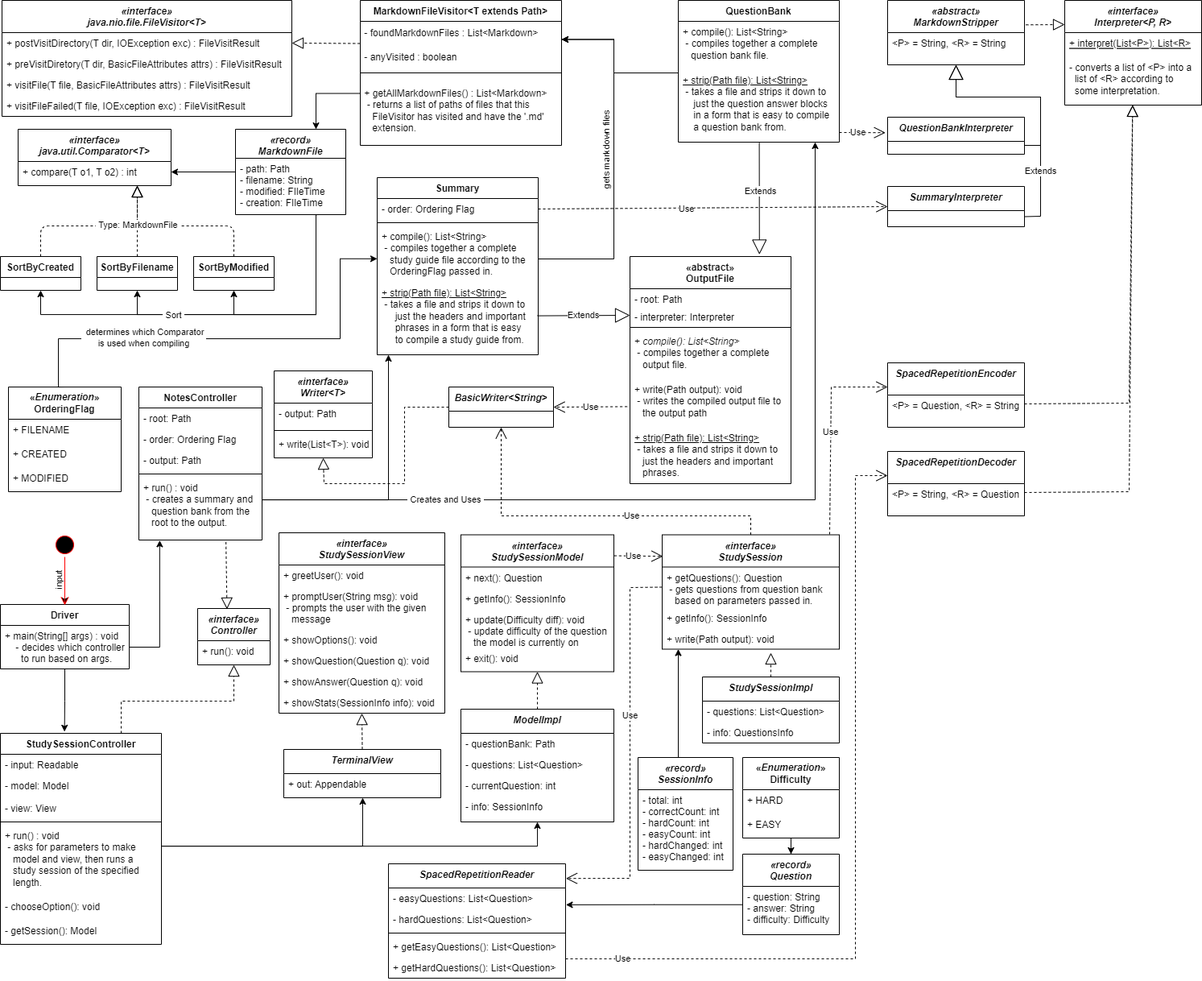
The draw.io diagram PA1UML.drawio.png in nifvimp/markdown-summary, before a commit. Source tidied: cells renumbered, new cells last; positions are measured from the earlier drawing's top-left corner, leaving out a move shared by most shapes.
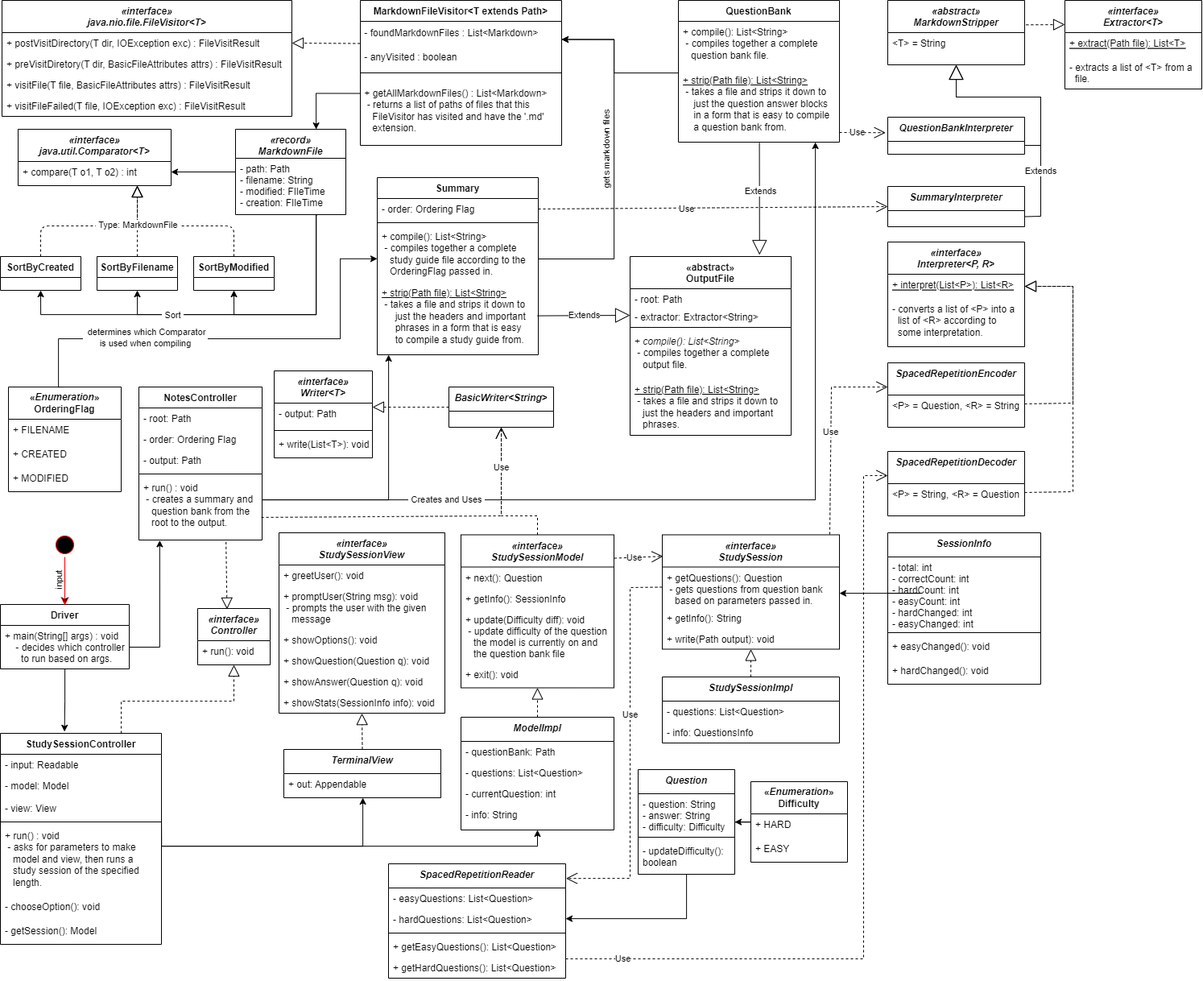
Above is the later version.

Change to the diagram source:
```diff
@@ -273,3 +273,3 @@
     <mxCell id="65" value="«abstract»&lt;br&gt;OutputFile" style="swimlane;fontStyle=1;align=center;verticalAlign=top;horizontal=1;startSize=40;whiteSpace=wrap;html=1;" parent="1" vertex="1">
-      <mxGeometry x="782" y="318" width="200" height="282" as="geometry" />
+      <mxGeometry x="782" y="318" width="200" height="222" as="geometry" />
     </mxCell>
@@ -278,3 +278,3 @@
     </mxCell>
-    <mxCell id="67" value="- interpreter: Interpreter" style="text;strokeColor=none;fillColor=none;align=left;verticalAlign=top;spacingLeft=4;spacingRight=4;overflow=hidden;points=[[0,0.5],[1,0.5]];portConstraint=eastwest;whiteSpace=wrap;html=1;" parent="65" vertex="1">
+    <mxCell id="67" value="- extractor: Extractor&amp;lt;String&amp;gt;" style="text;strokeColor=none;fillColor=none;align=left;verticalAlign=top;spacingLeft=4;spacingRight=4;overflow=hidden;points=[[0,0.5],[1,0.5]];portConstraint=eastwest;whiteSpace=wrap;html=1;" parent="65" vertex="1">
       <mxGeometry y="62" width="200" height="22" as="geometry" />
@@ -287,30 +287,39 @@
     </mxCell>
-    <mxCell id="70" value="+ write(Path output): void&lt;br&gt;&amp;nbsp;- writes the compiled&amp;nbsp;output file to&amp;nbsp; &amp;nbsp; &amp;nbsp;the output path" style="text;strokeColor=none;fillColor=none;align=left;verticalAlign=top;spacingLeft=4;spacingRight=4;overflow=hidden;points=[[0,0.5],[1,0.5]];portConstraint=eastwest;whiteSpace=wrap;html=1;" parent="65" vertex="1">
-      <mxGeometry y="152" width="200" height="60" as="geometry" />
-    </mxCell>
     <mxCell id="71" value="&lt;u&gt;+ strip(Path file): List&amp;lt;String&amp;gt;&lt;/u&gt;&lt;br&gt;&lt;span style=&quot;white-space: pre;&quot;&gt; &lt;/span&gt;- takes a file and strips it down&amp;nbsp;to&amp;nbsp; &amp;nbsp; &amp;nbsp; &amp;nbsp;just the headers and important&amp;nbsp; &amp;nbsp; &amp;nbsp; &amp;nbsp; &amp;nbsp;phrases." style="text;strokeColor=none;fillColor=none;align=left;verticalAlign=top;spacingLeft=4;spacingRight=4;overflow=hidden;whiteSpace=wrap;html=1;" parent="65" vertex="1">
-      <mxGeometry y="212" width="200" height="70" as="geometry" />
+      <mxGeometry y="152" width="200" height="70" as="geometry" />
     </mxCell>
-    <mxCell id="72" style="edgeStyle=orthogonalEdgeStyle;rounded=0;jettySize=auto;html=1;exitX=0.003;exitY=0.379;exitDx=0;exitDy=0;exitPerimeter=0;entryX=1.002;entryY=0.804;entryDx=0;entryDy=0;entryPerimeter=0;" parent="1" edge="1" source="74" target="107">
-      <mxGeometry relative="1" as="geometry" />
+    <mxCell id="72" style="edgeStyle=orthogonalEdgeStyle;rounded=0;jettySize=auto;html=1;" parent="1" edge="1" source="73" target="106">
+      <mxGeometry relative="1" as="geometry">
+        <Array as="points">
+          <mxPoint x="852" y="1140" />
+        </Array>
+      </mxGeometry>
     </mxCell>
-    <mxCell id="73" value="«record»&#10;Question" style="swimlane;fontStyle=3;align=center;verticalAlign=top;horizontal=1;startSize=40;rounded=0;shadow=0;strokeWidth=1;" parent="1" vertex="1">
-      <mxGeometry x="922" y="1060" width="120" height="100" as="geometry" />
+    <mxCell id="73" value="Question" style="swimlane;fontStyle=3;align=center;verticalAlign=top;horizontal=1;startSize=30;rounded=0;shadow=0;strokeWidth=1;" parent="1" vertex="1">
+      <mxGeometry x="792" y="955" width="120" height="130" as="geometry" />
     </mxCell>
     <mxCell id="74" value="- question: String&#10;- answer: String&#10;- difficulty: Difficulty" style="text;align=left;verticalAlign=top;spacingLeft=4;spacingRight=4;overflow=hidden;points=[[0,0.5],[1,0.5]];portConstraint=eastwest;" parent="73" vertex="1">
-      <mxGeometry y="40" width="120" height="60" as="geometry" />
+      <mxGeometry y="30" width="120" height="50" as="geometry" />
     </mxCell>
-    <mxCell id="75" style="edgeStyle=orthogonalEdgeStyle;rounded=0;jettySize=auto;html=1;exitX=0.349;exitY=0.008;exitDx=0;exitDy=0;exitPerimeter=0;" parent="1" edge="1" source="76" target="120">
-      <mxGeometry relative="1" as="geometry">
-        <Array as="points">
-          <mxPoint x="842" y="941" />
-        </Array>
-      </mxGeometry>
-    </mxCell>
+    <mxCell id="162" style="line;strokeWidth=1;fillColor=none;align=left;verticalAlign=middle;spacingTop=-1;spacingLeft=3;spacingRight=3;labelPosition=right;strokeColor=inherit;" parent="73" vertex="1">
+      <mxGeometry y="80" width="120" height="8" as="geometry" />
+    </mxCell>
+    <mxCell id="163" value="- updateDifficulty():&#10;boolean" style="text;align=left;verticalAlign=top;spacingLeft=4;spacingRight=4;overflow=hidden;" parent="73" vertex="1">
+      <mxGeometry y="88" width="120" height="42" as="geometry" />
+    </mxCell>
-    <mxCell id="76" value="«record»&#10;SessionInfo" style="swimlane;fontStyle=3;align=center;verticalAlign=top;horizontal=1;startSize=40;rounded=0;shadow=0;strokeWidth=1;" parent="1" vertex="1">
-      <mxGeometry x="792" y="940" width="118" height="140" as="geometry" />
+    <mxCell id="76" value="SessionInfo" style="swimlane;fontStyle=3;align=center;verticalAlign=top;horizontal=1;startSize=30;rounded=0;shadow=0;strokeWidth=1;" parent="1" vertex="1">
+      <mxGeometry x="1102" y="661" width="190" height="188" as="geometry" />
     </mxCell>
     <mxCell id="77" value="- total: int&#10;- correctCount: int&#10;- hardCount: int&#10;- easyCount: int&#10;- hardChanged: int&#10;- easyChanged: int" style="text;align=left;verticalAlign=top;spacingLeft=4;spacingRight=4;overflow=hidden;points=[[0,0.5],[1,0.5]];portConstraint=eastwest;" parent="76" vertex="1">
-      <mxGeometry y="40" width="118" height="90" as="geometry" />
+      <mxGeometry y="30" width="190" height="90" as="geometry" />
     </mxCell>
+    <mxCell id="164" style="line;strokeWidth=1;fillColor=none;align=left;verticalAlign=middle;spacingTop=-1;spacingLeft=3;spacingRight=3;labelPosition=right;strokeColor=inherit;" parent="76" vertex="1">
+      <mxGeometry y="120" width="190" height="8" as="geometry" />
+    </mxCell>
+    <mxCell id="165" value="+ easyChanged(): void" style="text;align=left;verticalAlign=top;spacingLeft=4;spacingRight=4;overflow=hidden;" parent="76" vertex="1">
+      <mxGeometry y="128" width="190" height="30" as="geometry" />
+    </mxCell>
+    <mxCell id="166" value="+ hardChanged(): void" style="text;align=left;verticalAlign=top;spacingLeft=4;spacingRight=4;overflow=hidden;" parent="76" vertex="1">
+      <mxGeometry y="158" width="190" height="30" as="geometry" />
+    </mxCell>
     <mxCell id="78" value="StudySessionController" style="swimlane;fontStyle=1;align=center;verticalAlign=top;horizontal=1;startSize=26;whiteSpace=wrap;html=1;" parent="1" vertex="1">
@@ -361,3 +370,3 @@
     <mxCell id="93" value="«interface» &#10;StudySessionModel" style="swimlane;fontStyle=3;align=center;verticalAlign=top;horizontal=1;startSize=40;rounded=0;shadow=0;strokeWidth=1;" parent="1" vertex="1">
-      <mxGeometry x="572" y="663.5" width="190" height="170" as="geometry" />
+      <mxGeometry x="572" y="663.5" width="190" height="190" as="geometry" />
     </mxCell>
@@ -369,7 +378,7 @@
     </mxCell>
-    <mxCell id="96" value="+ update(Difficulty diff): void&#10; - update difficulty of the question &#10;   the model is currently on" style="text;align=left;verticalAlign=top;spacingLeft=4;spacingRight=4;overflow=hidden;rounded=0;shadow=0;html=0;" parent="93" vertex="1">
-      <mxGeometry y="92" width="190" height="48" as="geometry" />
+    <mxCell id="96" value="+ update(Difficulty diff): void&#10; - update difficulty of the question &#10;   the model is currently on and&#10;   the question bank file" style="text;align=left;verticalAlign=top;spacingLeft=4;spacingRight=4;overflow=hidden;rounded=0;shadow=0;html=0;" parent="93" vertex="1">
+      <mxGeometry y="92" width="190" height="68" as="geometry" />
     </mxCell>
     <mxCell id="97" value="+ exit(): void" style="text;align=left;verticalAlign=top;spacingLeft=4;spacingRight=4;overflow=hidden;rounded=0;shadow=0;html=0;" parent="93" vertex="1">
-      <mxGeometry y="140" width="190" height="30" as="geometry" />
+      <mxGeometry y="160" width="190" height="30" as="geometry" />
     </mxCell>
@@ -384,3 +393,3 @@
     <mxCell id="99" value="ModelImpl" style="swimlane;fontStyle=3;align=center;verticalAlign=top;horizontal=1;startSize=30;rounded=0;shadow=0;strokeWidth=1;" parent="1" vertex="1">
-      <mxGeometry x="572" y="880" width="190" height="140" as="geometry" />
+      <mxGeometry x="572" y="890" width="190" height="140" as="geometry" />
     </mxCell>
@@ -395,3 +404,3 @@
     </mxCell>
-    <mxCell id="103" value="- info: SessionInfo" style="text;align=left;verticalAlign=top;spacingLeft=4;spacingRight=4;overflow=hidden;rounded=0;shadow=0;html=0;" parent="99" vertex="1">
+    <mxCell id="103" value="- info: String" style="text;align=left;verticalAlign=top;spacingLeft=4;spacingRight=4;overflow=hidden;rounded=0;shadow=0;html=0;" parent="99" vertex="1">
       <mxGeometry y="108" width="190" height="26" as="geometry" />
@@ -426,3 +435,3 @@
     <mxCell id="113" value="«&lt;i&gt;Enumeration&lt;/i&gt;»&lt;br&gt;Difficulty" style="swimlane;fontStyle=1;horizontal=1;startSize=40;fillColor=none;whiteSpace=wrap;html=1;" parent="1" vertex="1">
-      <mxGeometry x="922" y="940" width="120" height="100" as="geometry" />
+      <mxGeometry x="932" y="970" width="120" height="100" as="geometry" />
     </mxCell>
@@ -456,3 +465,3 @@
     </mxCell>
-    <mxCell id="122" value="+ getInfo(): SessionInfo" style="text;align=left;verticalAlign=top;spacingLeft=4;spacingRight=4;overflow=hidden;rounded=0;shadow=0;html=0;" parent="120" vertex="1">
+    <mxCell id="122" value="+ getInfo(): String" style="text;align=left;verticalAlign=top;spacingLeft=4;spacingRight=4;overflow=hidden;rounded=0;shadow=0;html=0;" parent="120" vertex="1">
       <mxGeometry y="90" width="220" height="26" as="geometry" />
@@ -463,14 +472,12 @@
     <mxCell id="124" value="StudySessionImpl" style="swimlane;fontStyle=3;align=center;verticalAlign=top;horizontal=1;startSize=30;rounded=0;shadow=0;strokeWidth=1;" parent="1" vertex="1">
-      <mxGeometry x="872" y="840" width="170" height="82" as="geometry" />
+      <mxGeometry x="822" y="840" width="220" height="82" as="geometry" />
     </mxCell>
     <mxCell id="125" value="- questions: List&lt;Question&gt;" style="text;align=left;verticalAlign=top;spacingLeft=4;spacingRight=4;overflow=hidden;rounded=0;shadow=0;html=0;" parent="124" vertex="1">
-      <mxGeometry y="30" width="170" height="26" as="geometry" />
+      <mxGeometry y="30" width="220" height="26" as="geometry" />
     </mxCell>
     <mxCell id="126" value="- info: QuestionsInfo" style="text;align=left;verticalAlign=top;spacingLeft=4;spacingRight=4;overflow=hidden;rounded=0;shadow=0;html=0;" parent="124" vertex="1">
-      <mxGeometry y="56" width="170" height="26" as="geometry" />
+      <mxGeometry y="56" width="220" height="26" as="geometry" />
     </mxCell>
-    <mxCell id="127" style="endArrow=block;dashed=1;endFill=0;endSize=12;html=1;rounded=0;exitX=0.5;exitY=0;exitDx=0;exitDy=0;" parent="1" edge="1" source="124">
-      <mxGeometry relative="1" as="geometry">
-        <mxPoint x="957" y="810" as="targetPoint" />
-      </mxGeometry>
+    <mxCell id="127" style="endArrow=block;dashed=1;endFill=0;endSize=12;html=1;rounded=0;exitX=0.5;exitY=0;exitDx=0;exitDy=0;" parent="1" edge="1" source="124" target="120">
+      <mxGeometry relative="1" as="geometry" />
     </mxCell>
@@ -507,19 +514,18 @@
     </mxCell>
-    <mxCell id="135" style="endArrow=block;dashed=1;endFill=0;endSize=12;html=1;rounded=0;entryX=0.5;entryY=1;entryDx=0;entryDy=0;exitX=0;exitY=0.5;exitDx=0;exitDy=0;" parent="1" edge="1" source="134" target="130">
+    <mxCell id="135" style="endArrow=block;dashed=1;endFill=0;endSize=12;html=1;rounded=0;exitX=0;exitY=0.5;exitDx=0;exitDy=0;" parent="1" edge="1" source="134">
       <mxGeometry relative="1" as="geometry">
-        <Array as="points">
-          <mxPoint x="502" y="505" />
-          <mxPoint x="502" y="600" />
-          <mxPoint x="402" y="600" />
-        </Array>
+        <mxPoint x="462" y="505" as="targetPoint" />
       </mxGeometry>
     </mxCell>
-    <mxCell id="136" value="Use" style="endArrow=open;endSize=12;dashed=1;html=1;rounded=0;entryX=1;entryY=0.5;entryDx=0;entryDy=0;exitX=-0.017;exitY=0.573;exitDx=0;exitDy=0;exitPerimeter=0;" parent="1" edge="1" source="70" target="134">
-      <mxGeometry relative="1" as="geometry" />
+    <mxCell id="136" value="Use" style="endArrow=open;endSize=12;dashed=1;html=1;rounded=0;exitX=0.994;exitY=0.64;exitDx=0;exitDy=0;exitPerimeter=0;" parent="1" edge="1" source="57" target="134">
+      <mxGeometry x="0.75" relative="1" as="geometry">
+        <Array as="points">
+          <mxPoint x="622" y="640" />
+        </Array>
+      </mxGeometry>
     </mxCell>
-    <mxCell id="137" value="Use" style="endArrow=open;endSize=12;dashed=1;html=1;rounded=0;entryX=0.5;entryY=1;entryDx=0;entryDy=0;exitX=0.5;exitY=0;exitDx=0;exitDy=0;" parent="1" edge="1" source="120" target="134">
-      <mxGeometry x="-0.23" relative="1" as="geometry">
+    <mxCell id="137" value="Use" style="endArrow=open;endSize=12;dashed=1;html=1;rounded=0;entryX=0.5;entryY=1;entryDx=0;entryDy=0;exitX=0.5;exitY=0;exitDx=0;exitDy=0;" parent="1" edge="1" source="93" target="134">
+      <mxGeometry x="0.44" relative="1" as="geometry">
         <Array as="points">
-          <mxPoint x="932" y="640" />
-          <mxPoint x="742" y="640" />
+          <mxPoint x="667" y="640" />
           <mxPoint x="622" y="640" />
@@ -542,10 +548,10 @@
     </mxCell>
-    <mxCell id="142" value="«interface» &#10;Interpreter&lt;P, R&gt;" style="swimlane;fontStyle=3;align=center;verticalAlign=top;horizontal=1;startSize=40;rounded=0;shadow=0;strokeWidth=1;" parent="1" vertex="1">
-      <mxGeometry x="1322" width="170" height="130" as="geometry" />
+    <mxCell id="142" value="«interface» &#10;Extractor&lt;T&gt;" style="swimlane;fontStyle=3;align=center;verticalAlign=top;horizontal=1;startSize=40;rounded=0;shadow=0;strokeWidth=1;" parent="1" vertex="1">
+      <mxGeometry x="1322" width="170" height="110" as="geometry" />
     </mxCell>
-    <mxCell id="143" value="+ interpret(List&lt;P&gt;): List&lt;R&gt;" style="text;align=left;verticalAlign=top;spacingLeft=4;spacingRight=4;overflow=hidden;rounded=0;shadow=0;html=0;fontStyle=4;" parent="142" vertex="1">
+    <mxCell id="143" value="+ extract(Path file): List&lt;T&gt;" style="text;align=left;verticalAlign=top;spacingLeft=4;spacingRight=4;overflow=hidden;rounded=0;shadow=0;html=0;fontStyle=4;" parent="142" vertex="1">
       <mxGeometry y="40" width="170" height="30" as="geometry" />
     </mxCell>
-    <mxCell id="144" value="- converts a list of &amp;lt;P&amp;gt; into a&amp;nbsp; &amp;nbsp; list of &amp;lt;R&amp;gt; according to&amp;nbsp; &amp;nbsp; &amp;nbsp; &amp;nbsp; &amp;nbsp; &amp;nbsp; some interpretation." style="text;strokeColor=none;fillColor=none;align=left;verticalAlign=top;spacingLeft=4;spacingRight=4;overflow=hidden;whiteSpace=wrap;html=1;" parent="142" vertex="1">
-      <mxGeometry y="70" width="170" height="60" as="geometry" />
+    <mxCell id="144" value="- extracts a list of &amp;lt;T&amp;gt; from a&amp;nbsp; &amp;nbsp; file." style="text;strokeColor=none;fillColor=none;align=left;verticalAlign=top;spacingLeft=4;spacingRight=4;overflow=hidden;whiteSpace=wrap;html=1;" parent="142" vertex="1">
+      <mxGeometry y="70" width="170" height="40" as="geometry" />
     </mxCell>
@@ -554,3 +560,3 @@
     </mxCell>
-    <mxCell id="146" value="&amp;lt;P&amp;gt; = String, &amp;lt;R&amp;gt; = String&amp;nbsp;" style="text;strokeColor=none;fillColor=none;align=left;verticalAlign=top;spacingLeft=4;spacingRight=4;overflow=hidden;whiteSpace=wrap;html=1;" parent="145" vertex="1">
+    <mxCell id="146" value="&amp;lt;T&amp;gt; = String" style="text;strokeColor=none;fillColor=none;align=left;verticalAlign=top;spacingLeft=4;spacingRight=4;overflow=hidden;whiteSpace=wrap;html=1;" parent="145" vertex="1">
       <mxGeometry y="40" width="170" height="22" as="geometry" />
@@ -618,4 +624,4 @@
         <Array as="points">
-          <mxPoint x="1062" y="1190" />
-          <mxPoint x="1062" y="590" />
+          <mxPoint x="1072" y="1190" />
+          <mxPoint x="1072" y="590" />
         </Array>
@@ -623,6 +629,7 @@
     </mxCell>
-    <mxCell id="159" style="endArrow=block;dashed=1;endFill=0;endSize=12;html=1;rounded=0;exitX=1;exitY=0.5;exitDx=0;exitDy=0;" parent="1" edge="1" source="156" target="142">
+    <mxCell id="159" style="endArrow=block;dashed=1;endFill=0;endSize=12;html=1;rounded=0;exitX=1;exitY=0.5;exitDx=0;exitDy=0;entryX=1;entryY=0.5;entryDx=0;entryDy=0;" parent="1" edge="1" source="156" target="168">
       <mxGeometry relative="1" as="geometry">
         <Array as="points">
-          <mxPoint x="1402" y="500" />
+          <mxPoint x="1332" y="500" />
+          <mxPoint x="1332" y="355" />
         </Array>
@@ -630,6 +637,7 @@
     </mxCell>
-    <mxCell id="160" style="endArrow=block;dashed=1;endFill=0;endSize=12;html=1;rounded=0;exitX=1;exitY=0.5;exitDx=0;exitDy=0;" parent="1" edge="1" source="149" target="142">
+    <mxCell id="160" style="endArrow=block;dashed=1;endFill=0;endSize=12;html=1;rounded=0;exitX=1;exitY=0.5;exitDx=0;exitDy=0;entryX=1;entryY=0.5;entryDx=0;entryDy=0;" parent="1" edge="1" source="149" target="168">
       <mxGeometry relative="1" as="geometry">
         <Array as="points">
-          <mxPoint x="1402" y="610" />
+          <mxPoint x="1332" y="610" />
+          <mxPoint x="1332" y="355" />
         </Array>
@@ -640,2 +648,18 @@
     </mxCell>
+    <mxCell id="167" value="«interface» &#10;Interpreter&lt;P, R&gt;" style="swimlane;fontStyle=3;align=center;verticalAlign=top;horizontal=1;startSize=40;rounded=0;shadow=0;strokeWidth=1;" parent="1" vertex="1">
+      <mxGeometry x="1102" y="300" width="170" height="130" as="geometry" />
+    </mxCell>
+    <mxCell id="168" value="+ interpret(List&lt;P&gt;): List&lt;R&gt;" style="text;align=left;verticalAlign=top;spacingLeft=4;spacingRight=4;overflow=hidden;points=[[0,0.5],[1,0.5]];portConstraint=eastwest;rounded=0;shadow=0;html=0;fontStyle=4;" parent="167" vertex="1">
+      <mxGeometry y="40" width="170" height="30" as="geometry" />
+    </mxCell>
+    <mxCell id="169" value="- converts a list of &amp;lt;P&amp;gt; into a&amp;nbsp; &amp;nbsp; list of &amp;lt;R&amp;gt; according to&amp;nbsp; &amp;nbsp; &amp;nbsp; &amp;nbsp; &amp;nbsp; &amp;nbsp; some interpretation." style="text;strokeColor=none;fillColor=none;align=left;verticalAlign=top;spacingLeft=4;spacingRight=4;overflow=hidden;whiteSpace=wrap;html=1;" parent="167" vertex="1">
+      <mxGeometry y="70" width="170" height="60" as="geometry" />
+    </mxCell>
+    <mxCell id="170" style="edgeStyle=orthogonalEdgeStyle;rounded=0;jettySize=auto;html=1;exitX=0;exitY=0.5;exitDx=0;exitDy=0;" parent="1" edge="1" source="77" target="120">
+      <mxGeometry relative="1" as="geometry">
+        <Array as="points">
+          <mxPoint x="1142" y="735" />
+        </Array>
+      </mxGeometry>
+    </mxCell>
   </root>
```
